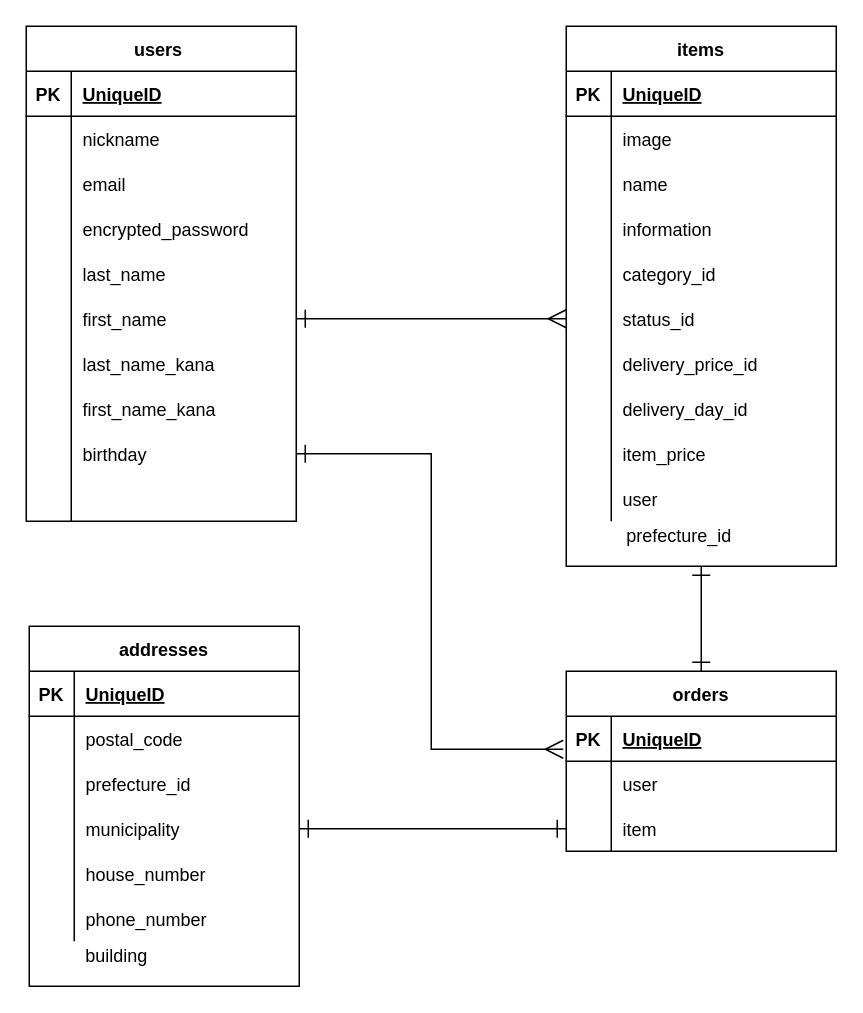
Above: ER.dio in scrap2414/furima-35002 (draw.io), before the change. Source tidied: cells renumbered, new cells numbered last; positions are measured from the earlier drawing's top-left corner, leaving out a move shared by most shapes. Both pictures are drawn from the tidied source at 150%, with x=0, y=0 at pixel (26, 26).
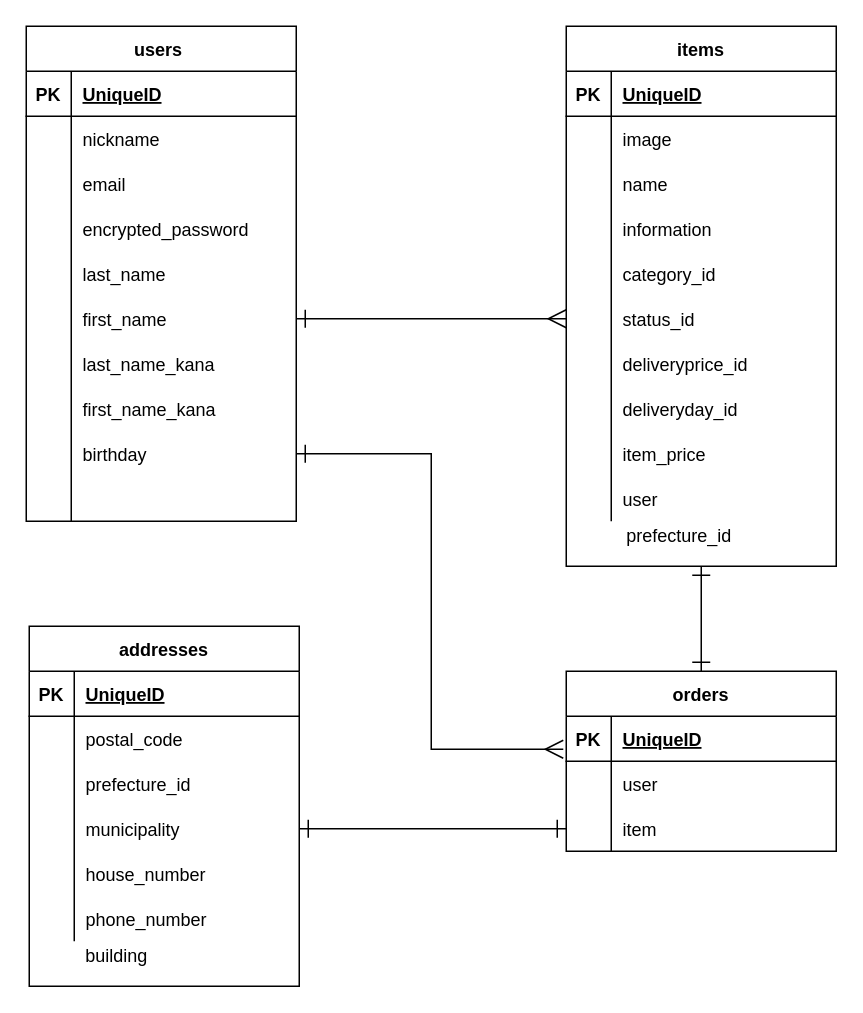
After the change.

The change refers to these unchanged cells:
```xml
<mxCell id="53" style="shape=partialRectangle;fillColor=none;top=0;left=0;bottom=0;right=0;" parent="34" vertex="1">
  <mxGeometry y="210" width="180" height="30" as="geometry" />
</mxCell>
<mxCell id="56" style="shape=partialRectangle;fillColor=none;top=0;left=0;bottom=0;right=0;" parent="34" vertex="1">
  <mxGeometry y="240" width="180" height="30" as="geometry" />
</mxCell>
```

What changed in the source:
```diff
@@
-    <mxCell id="55" value="delivery_price_id" style="shape=partialRectangle;fillColor=none;top=0;left=0;bottom=0;right=0;align=left;spacingLeft=6;overflow=hidden;" parent="53" vertex="1">
+    <mxCell id="55" value="deliveryprice_id" style="shape=partialRectangle;fillColor=none;top=0;left=0;bottom=0;right=0;align=left;spacingLeft=6;overflow=hidden;" parent="53" vertex="1">
       <mxGeometry x="30" width="150" height="30" as="geometry" />
     </mxCell>
@@
-    <mxCell id="58" value="delivery_day_id" style="shape=partialRectangle;fillColor=none;top=0;left=0;bottom=0;right=0;align=left;spacingLeft=6;overflow=hidden;" parent="56" vertex="1">
+    <mxCell id="58" value="deliveryday_id" style="shape=partialRectangle;fillColor=none;top=0;left=0;bottom=0;right=0;align=left;spacingLeft=6;overflow=hidden;" parent="56" vertex="1">
       <mxGeometry x="30" width="150" height="30" as="geometry" />
     </mxCell>
```
